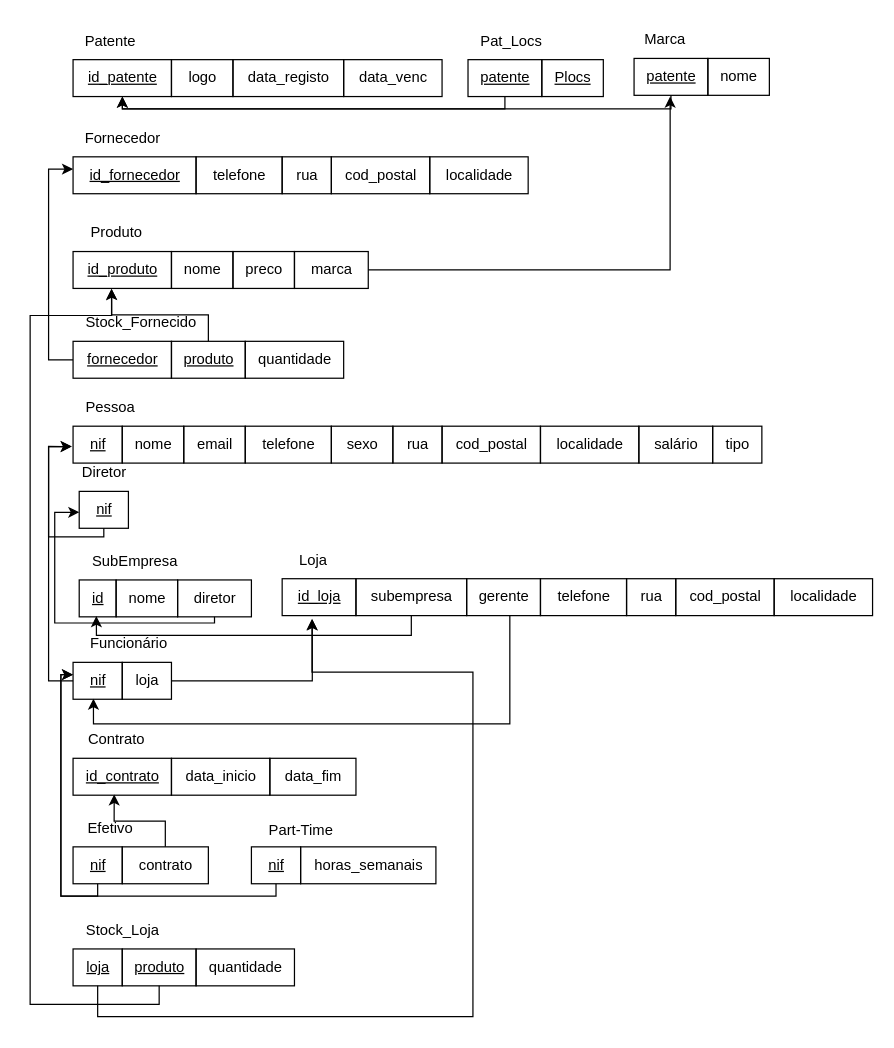
Before: ProjetoUtils/ER.drawio in Gui113893/DataBase-Project, a draw.io diagram. Source tidied: cells renumbered, new cells numbered last; positions are measured from the earlier drawing's top-left corner, leaving out a move shared by most shapes. Both pictures are drawn from the tidied source at 123%, with x=0, y=0 at pixel (30, 21).
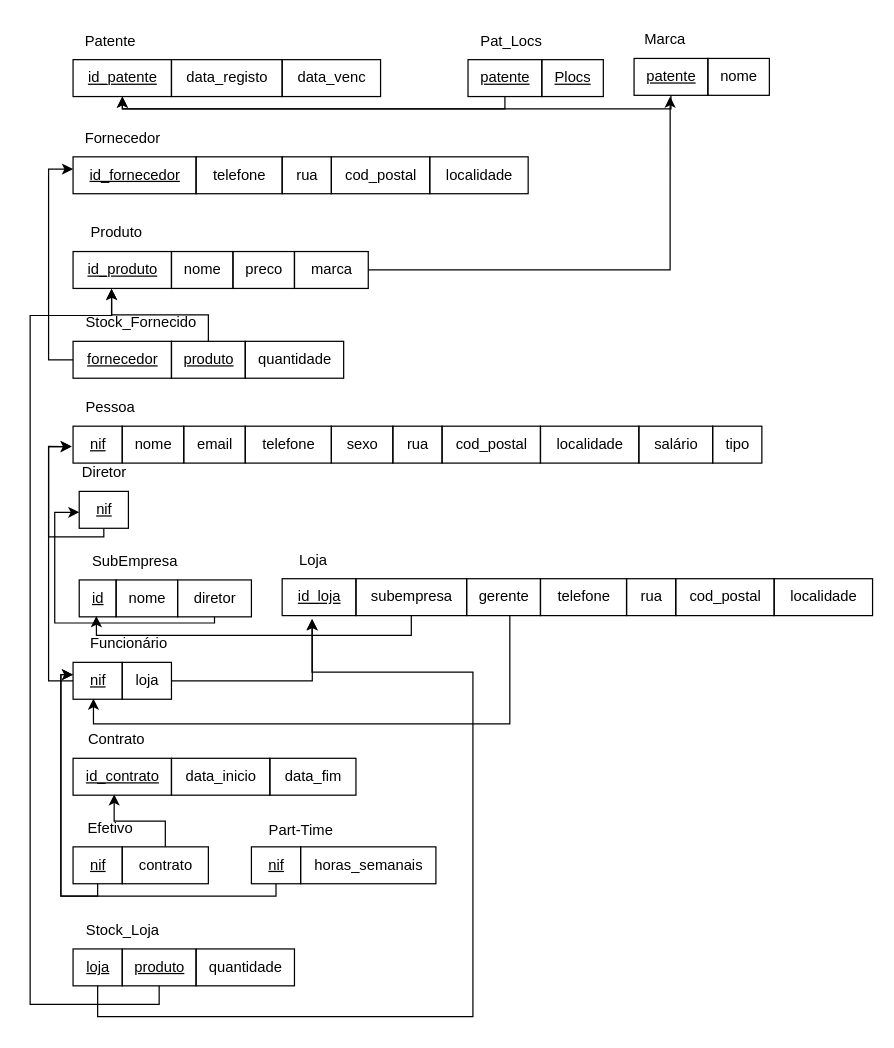
After the change.

Diff of the diagram source:
```diff
@@
-    <mxCell id="4" value="logo" style="text;html=1;align=center;verticalAlign=middle;strokeColor=default;fillColor=none;" parent="1" vertex="1">
-      <mxGeometry x="114.9" y="31" width="50" height="30" as="geometry" />
-    </mxCell>
     <mxCell id="5" value="data_registo" style="text;html=1;align=center;verticalAlign=middle;strokeColor=default;fillColor=none;" parent="1" vertex="1">
-      <mxGeometry x="164.9" y="31" width="90" height="30" as="geometry" />
+      <mxGeometry x="114.9" y="31" width="90" height="30" as="geometry" />
     </mxCell>
     <mxCell id="6" value="data_venc" style="text;html=1;align=center;verticalAlign=middle;strokeColor=default;fillColor=none;" parent="1" vertex="1">
-      <mxGeometry x="254.9" y="31" width="80" height="30" as="geometry" />
+      <mxGeometry x="204.9" y="31" width="80" height="30" as="geometry" />
     </mxCell>
```
